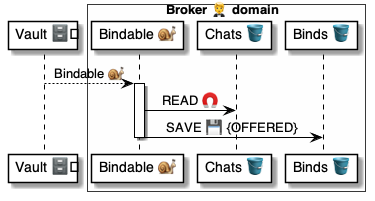
Above: 4 ⚙️ Solution/20 🧑‍🦰 UI/Brokers 🤵/🤵🅰️ Broker methods/Binds 🔗 Bind 🗄️🐌🤵/🤵 Bind ⚙️ uml.png in pollyweb-org/pollyweb-docs (PlantUML), before the change. Its source is kept beside it as 4 ⚙️ Solution/20 🧑‍🦰 UI/Brokers 🤵/🤵🅰️ Broker methods/Binds 🔗 Bind 🗄️🐌🤵/🤵 Bind ⚙️ uml.puml. Source of this version:
```plantuml
@startuml Bind()


participant "Vault 🗄️" as vault

box Broker 🤵 domain  #FFFFFA
    participant "Bindable 🐌" as broker
    participant "Chats 🪣" as chats
    participant "Binds 🪣" as binds
end box



vault --> broker: Bindable 🐌
deactivate vault

activate broker
    broker -> chats: READ 🧲
    broker -> binds: SAVE 💾 {OFFERED}
deactivate broker


@enduml
```
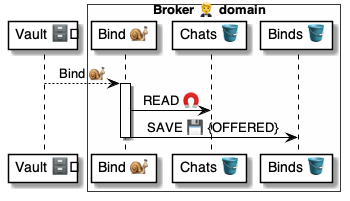
The same file after the commit.

What changed in the source:
```diff
@@ -4,14 +4,14 @@
 participant "Vault 🗄️" as vault
 
 box Broker 🤵 domain  #FFFFFA
-    participant "Bindable 🐌" as broker
+    participant "Bind 🐌" as broker
     participant "Chats 🪣" as chats
     participant "Binds 🪣" as binds
 end box
 
 
 
-vault --> broker: Bindable 🐌
+vault --> broker: Bind 🐌
 deactivate vault
 
 activate broker
```
